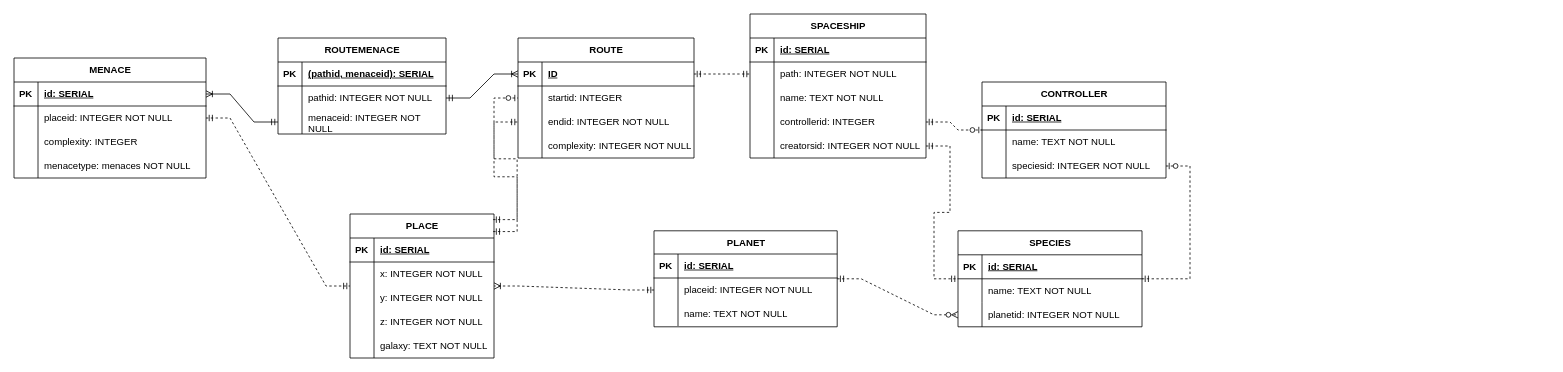
PetrIgnatov/ITMODBLab1 keeps this draw.io diagram as Datamodel.drawio. Above is the earlier version. Source tidied: cells renumbered, new cells numbered last; positions are measured from the earlier drawing's top-left corner, leaving out a move shared by most shapes. Both pictures are drawn from the tidied source at 80%, with x=0, y=0 at pixel (14, 14).
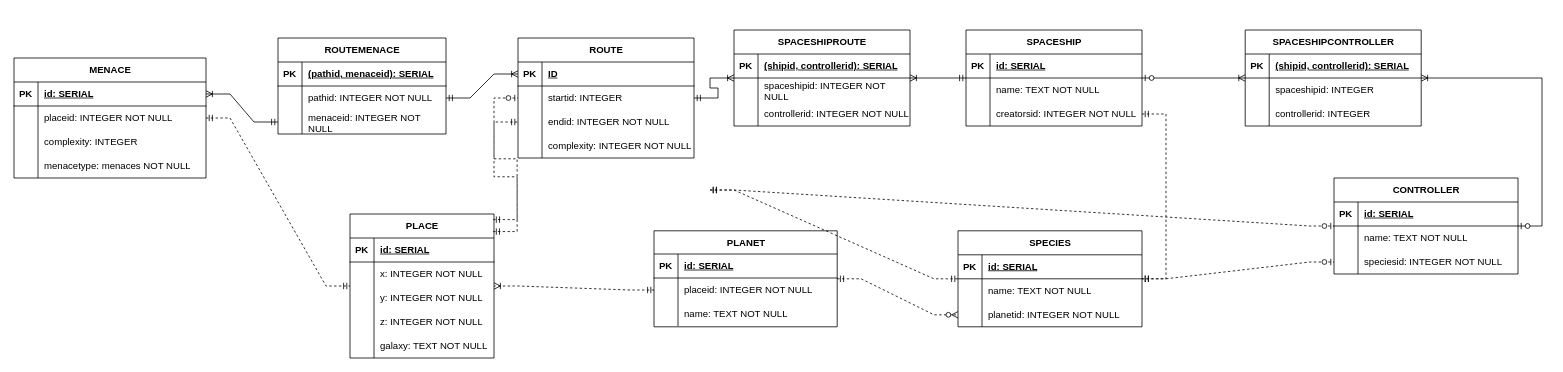
The same page after the edit.

Unchanged cells that the change refers to:
```xml
<mxCell id="15" value="ROUTE" style="shape=table;startSize=30;childLayout=tableLayout;rowLines=0;fontStyle=1;align=center;html=1;" parent="1" vertex="1">
  <mxGeometry x="630" y="30" width="220" height="150" as="geometry" />
</mxCell>
<mxCell id="16" style="shape=tableRow;horizontal=0;startSize=0;swimlaneHead=0;swimlaneBody=0;fillColor=none;points=[[0,0.5],[1,0.5]];portConstraint=eastwest;top=0;left=0;right=0;bottom=1;" parent="15" vertex="1">
  <mxGeometry y="30" width="220" height="30" as="geometry" />
</mxCell>
<mxCell id="54" value="SPECIES" style="shape=table;startSize=30;childLayout=tableLayout;rowLines=0;fontStyle=1;align=center;html=1;" parent="1" vertex="1">
  <mxGeometry x="1180" y="271" width="230" height="120" as="geometry" />
</mxCell>
<mxCell id="78" style="shape=tableRow;horizontal=0;startSize=0;swimlaneHead=0;swimlaneBody=0;fillColor=none;points=[[0,0.5],[1,0.5]];portConstraint=eastwest;top=0;left=0;right=0;bottom=0;" parent="74" vertex="1">
  <mxGeometry y="60" width="220" height="30" as="geometry" />
</mxCell>
<mxCell id="81" style="shape=tableRow;horizontal=0;startSize=0;swimlaneHead=0;swimlaneBody=0;fillColor=none;points=[[0,0.5],[1,0.5]];portConstraint=eastwest;top=0;left=0;right=0;bottom=0;" parent="74" vertex="1">
  <mxGeometry y="90" width="220" height="30" as="geometry" />
</mxCell>
```

Change to the diagram source:
```diff
@@
     <mxCell id="64" value="CONTROLLER" style="shape=table;startSize=30;childLayout=tableLayout;rowLines=0;fontStyle=1;align=center;html=1;" parent="1" vertex="1">
-      <mxGeometry x="1210" y="85" width="230" height="120" as="geometry" />
+      <mxGeometry x="1650" y="205" width="230" height="120" as="geometry" />
     </mxCell>
@@
     <mxCell id="74" value="SPACESHIP" style="shape=table;startSize=30;childLayout=tableLayout;rowLines=0;fontStyle=1;align=center;html=1;" parent="1" vertex="1">
-      <mxGeometry x="920" width="220" height="180" as="geometry" />
+      <mxGeometry x="1190" y="20" width="220" height="120" as="geometry" />
     </mxCell>
@@
-    <mxCell id="80" value="path: INTEGER NOT NULL" style="shape=partialRectangle;fillColor=none;top=0;left=0;bottom=0;right=0;align=left;spacingLeft=6;overflow=hidden;whiteSpace=wrap;html=1;" parent="78" vertex="1">
+    <mxCell id="80" value="name: TEXT NOT NULL" style="shape=partialRectangle;fillColor=none;top=0;left=0;bottom=0;right=0;align=left;spacingLeft=6;overflow=hidden;whiteSpace=wrap;html=1;" parent="78" vertex="1">
       <mxGeometry x="30" width="190" height="30" as="geometry" />
     </mxCell>
@@
-    <mxCell id="83" value="name: TEXT NOT NULL" style="shape=partialRectangle;fillColor=none;top=0;left=0;bottom=0;right=0;align=left;spacingLeft=6;overflow=hidden;whiteSpace=wrap;html=1;" parent="81" vertex="1">
+    <mxCell id="83" value="creatorsid: INTEGER NOT NULL" style="shape=partialRectangle;fillColor=none;top=0;left=0;bottom=0;right=0;align=left;spacingLeft=6;overflow=hidden;whiteSpace=wrap;html=1;" parent="81" vertex="1">
       <mxGeometry x="30" width="190" height="30" as="geometry" />
     </mxCell>
-    <mxCell id="84" style="shape=tableRow;horizontal=0;startSize=0;swimlaneHead=0;swimlaneBody=0;fillColor=none;points=[[0,0.5],[1,0.5]];portConstraint=eastwest;top=0;left=0;right=0;bottom=0;" parent="74" vertex="1">
-      <mxGeometry y="120" width="220" height="30" as="geometry" />
-    </mxCell>
-    <mxCell id="85" style="shape=partialRectangle;fillColor=none;top=0;left=0;bottom=0;right=0;overflow=hidden;whiteSpace=wrap;html=1;" parent="84" vertex="1">
-      <mxGeometry width="30" height="30" as="geometry" />
-    </mxCell>
-    <mxCell id="86" value="controllerid: INTEGER" style="shape=partialRectangle;fillColor=none;top=0;left=0;bottom=0;right=0;align=left;spacingLeft=6;overflow=hidden;whiteSpace=wrap;html=1;" parent="84" vertex="1">
-      <mxGeometry x="30" width="190" height="30" as="geometry" />
-    </mxCell>
-    <mxCell id="87" style="shape=tableRow;horizontal=0;startSize=0;swimlaneHead=0;swimlaneBody=0;fillColor=none;points=[[0,0.5],[1,0.5]];portConstraint=eastwest;top=0;left=0;right=0;bottom=0;" parent="74" vertex="1">
-      <mxGeometry y="150" width="220" height="30" as="geometry" />
-    </mxCell>
-    <mxCell id="88" style="shape=partialRectangle;fillColor=none;top=0;left=0;bottom=0;right=0;overflow=hidden;whiteSpace=wrap;html=1;" parent="87" vertex="1">
-      <mxGeometry width="30" height="30" as="geometry" />
-    </mxCell>
-    <mxCell id="89" value="creatorsid: INTEGER NOT NULL" style="shape=partialRectangle;fillColor=none;top=0;left=0;bottom=0;right=0;align=left;spacingLeft=6;overflow=hidden;whiteSpace=wrap;html=1;" parent="87" vertex="1">
-      <mxGeometry x="30" width="190" height="30" as="geometry" />
-    </mxCell>
@@
-    <mxCell id="95" style="edgeStyle=entityRelationEdgeStyle;fontSize=12;html=1;endArrow=ERzeroToOne;startArrow=ERmandOne;rounded=0;dashed=1;" parent="1" edge="1" source="84" target="64">
-      <mxGeometry relative="1" as="geometry" />
+    <mxCell id="95" style="edgeStyle=entityRelationEdgeStyle;fontSize=12;html=1;endArrow=ERzeroToOne;startArrow=ERmandOne;rounded=0;dashed=1;" parent="1" edge="1" target="64">
+      <mxGeometry relative="1" as="geometry">
+        <mxPoint x="870" y="220" as="sourcePoint" />
+      </mxGeometry>
     </mxCell>
-    <mxCell id="96" style="edgeStyle=entityRelationEdgeStyle;fontSize=12;html=1;endArrow=ERmandOne;startArrow=ERmandOne;rounded=0;dashed=1;" parent="1" edge="1" source="87" target="54">
-      <mxGeometry relative="1" as="geometry" />
+    <mxCell id="96" style="edgeStyle=entityRelationEdgeStyle;fontSize=12;html=1;endArrow=ERmandOne;startArrow=ERmandOne;rounded=0;dashed=1;" parent="1" edge="1" target="54">
+      <mxGeometry relative="1" as="geometry">
+        <mxPoint x="870" y="220" as="sourcePoint" />
+      </mxGeometry>
     </mxCell>
-    <mxCell id="97" style="edgeStyle=entityRelationEdgeStyle;fontSize=12;html=1;endArrow=ERmandOne;startArrow=ERmandOne;rounded=0;exitX=1;exitY=0.5;exitDx=0;exitDy=0;dashed=1;" parent="1" edge="1" source="16" target="78">
-      <mxGeometry relative="1" as="geometry" />
-    </mxCell>
@@
+    <mxCell id="111" style="edgeStyle=entityRelationEdgeStyle;fontSize=12;html=1;endArrow=ERmandOne;startArrow=ERmandOne;rounded=0;dashed=1;" parent="1" edge="1" source="81" target="54">
+      <mxGeometry relative="1" as="geometry" />
+    </mxCell>
+    <mxCell id="112" value="SPACESHIPCONTROLLER" style="shape=table;startSize=30;childLayout=tableLayout;rowLines=0;fontStyle=1;align=center;html=1;" parent="1" vertex="1">
+      <mxGeometry x="1539" y="20" width="220" height="120" as="geometry" />
+    </mxCell>
+    <mxCell id="113" style="shape=tableRow;horizontal=0;startSize=0;swimlaneHead=0;swimlaneBody=0;fillColor=none;top=0;left=0;right=0;bottom=1;" parent="112" vertex="1">
+      <mxGeometry y="30" width="220" height="30" as="geometry" />
+    </mxCell>
+    <mxCell id="114" value="PK" style="shape=partialRectangle;fillColor=none;top=0;left=0;bottom=0;right=0;fontStyle=1;overflow=hidden;whiteSpace=wrap;html=1;" parent="113" vertex="1">
+      <mxGeometry width="30" height="30" as="geometry" />
+    </mxCell>
+    <mxCell id="115" value="(shipid, controllerid): SERIAL" style="shape=partialRectangle;fillColor=none;top=0;left=0;bottom=0;right=0;align=left;spacingLeft=6;fontStyle=5;overflow=hidden;whiteSpace=wrap;html=1;" parent="113" vertex="1">
+      <mxGeometry x="30" width="190" height="30" as="geometry" />
+    </mxCell>
+    <mxCell id="116" style="shape=tableRow;horizontal=0;startSize=0;swimlaneHead=0;swimlaneBody=0;fillColor=none;top=0;left=0;right=0;bottom=0;" parent="112" vertex="1">
+      <mxGeometry y="60" width="220" height="30" as="geometry" />
+    </mxCell>
+    <mxCell id="117" style="shape=partialRectangle;fillColor=none;top=0;left=0;bottom=0;right=0;overflow=hidden;whiteSpace=wrap;html=1;" parent="116" vertex="1">
+      <mxGeometry width="30" height="30" as="geometry" />
+    </mxCell>
+    <mxCell id="118" value="spaceshipid: INTEGER" style="shape=partialRectangle;fillColor=none;top=0;left=0;bottom=0;right=0;align=left;spacingLeft=6;overflow=hidden;whiteSpace=wrap;html=1;" parent="116" vertex="1">
+      <mxGeometry x="30" width="190" height="30" as="geometry" />
+    </mxCell>
+    <mxCell id="119" style="shape=tableRow;horizontal=0;startSize=0;swimlaneHead=0;swimlaneBody=0;fillColor=none;top=0;left=0;right=0;bottom=0;" parent="112" vertex="1">
+      <mxGeometry y="90" width="220" height="30" as="geometry" />
+    </mxCell>
+    <mxCell id="120" style="shape=partialRectangle;fillColor=none;top=0;left=0;bottom=0;right=0;overflow=hidden;whiteSpace=wrap;html=1;" parent="119" vertex="1">
+      <mxGeometry width="30" height="30" as="geometry" />
+    </mxCell>
+    <mxCell id="86" value="controllerid: INTEGER" style="shape=partialRectangle;fillColor=none;top=0;left=0;bottom=0;right=0;align=left;spacingLeft=6;overflow=hidden;whiteSpace=wrap;html=1;" parent="119" vertex="1">
+      <mxGeometry x="30" width="190" height="30" as="geometry" />
+    </mxCell>
+    <mxCell id="121" value="SPACESHIPROUTE" style="shape=table;startSize=30;childLayout=tableLayout;rowLines=0;fontStyle=1;align=center;html=1;" parent="1" vertex="1">
+      <mxGeometry x="900" y="20" width="220" height="120" as="geometry" />
+    </mxCell>
+    <mxCell id="122" style="shape=tableRow;horizontal=0;startSize=0;swimlaneHead=0;swimlaneBody=0;fillColor=none;top=0;left=0;right=0;bottom=1;" parent="121" vertex="1">
+      <mxGeometry y="30" width="220" height="30" as="geometry" />
+    </mxCell>
+    <mxCell id="123" value="PK" style="shape=partialRectangle;fillColor=none;top=0;left=0;bottom=0;right=0;fontStyle=1;overflow=hidden;whiteSpace=wrap;html=1;" parent="122" vertex="1">
+      <mxGeometry width="30" height="30" as="geometry" />
+    </mxCell>
+    <mxCell id="124" value="(shipid, controllerid): SERIAL" style="shape=partialRectangle;fillColor=none;top=0;left=0;bottom=0;right=0;align=left;spacingLeft=6;fontStyle=5;overflow=hidden;whiteSpace=wrap;html=1;" parent="122" vertex="1">
+      <mxGeometry x="30" width="190" height="30" as="geometry" />
+    </mxCell>
+    <mxCell id="125" style="shape=tableRow;horizontal=0;startSize=0;swimlaneHead=0;swimlaneBody=0;fillColor=none;top=0;left=0;right=0;bottom=0;" parent="121" vertex="1">
+      <mxGeometry y="60" width="220" height="30" as="geometry" />
+    </mxCell>
+    <mxCell id="126" style="shape=partialRectangle;fillColor=none;top=0;left=0;bottom=0;right=0;overflow=hidden;whiteSpace=wrap;html=1;" parent="125" vertex="1">
+      <mxGeometry width="30" height="30" as="geometry" />
+    </mxCell>
+    <mxCell id="127" value="spaceshipid: INTEGER NOT NULL" style="shape=partialRectangle;fillColor=none;top=0;left=0;bottom=0;right=0;align=left;spacingLeft=6;overflow=hidden;whiteSpace=wrap;html=1;" parent="125" vertex="1">
+      <mxGeometry x="30" width="190" height="30" as="geometry" />
+    </mxCell>
+    <mxCell id="128" style="shape=tableRow;horizontal=0;startSize=0;swimlaneHead=0;swimlaneBody=0;fillColor=none;top=0;left=0;right=0;bottom=0;" parent="121" vertex="1">
+      <mxGeometry y="90" width="220" height="30" as="geometry" />
+    </mxCell>
+    <mxCell id="129" style="shape=partialRectangle;fillColor=none;top=0;left=0;bottom=0;right=0;overflow=hidden;whiteSpace=wrap;html=1;" parent="128" vertex="1">
+      <mxGeometry width="30" height="30" as="geometry" />
+    </mxCell>
+    <mxCell id="130" value="controllerid: INTEGER NOT NULL" style="shape=partialRectangle;fillColor=none;top=0;left=0;bottom=0;right=0;align=left;spacingLeft=6;overflow=hidden;whiteSpace=wrap;html=1;" parent="128" vertex="1">
+      <mxGeometry x="30" width="190" height="30" as="geometry" />
+    </mxCell>
+    <mxCell id="131" style="edgeStyle=entityRelationEdgeStyle;fontSize=12;html=1;endArrow=ERoneToMany;startArrow=ERmandOne;rounded=0;" parent="1" edge="1" source="15" target="121">
+      <mxGeometry relative="1" as="geometry" />
+    </mxCell>
+    <mxCell id="132" style="edgeStyle=entityRelationEdgeStyle;fontSize=12;html=1;endArrow=ERoneToMany;startArrow=ERmandOne;rounded=0;" parent="1" edge="1" source="74" target="121">
+      <mxGeometry relative="1" as="geometry" />
+    </mxCell>
+    <mxCell id="133" style="edgeStyle=entityRelationEdgeStyle;fontSize=12;html=1;endArrow=ERoneToMany;startArrow=ERzeroToOne;rounded=0;" parent="1" edge="1" source="74" target="112">
+      <mxGeometry relative="1" as="geometry" />
+    </mxCell>
+    <mxCell id="134" style="edgeStyle=entityRelationEdgeStyle;fontSize=12;html=1;endArrow=ERoneToMany;startArrow=ERzeroToOne;rounded=0;" parent="1" edge="1" source="64" target="112">
+      <mxGeometry relative="1" as="geometry" />
+    </mxCell>
```
